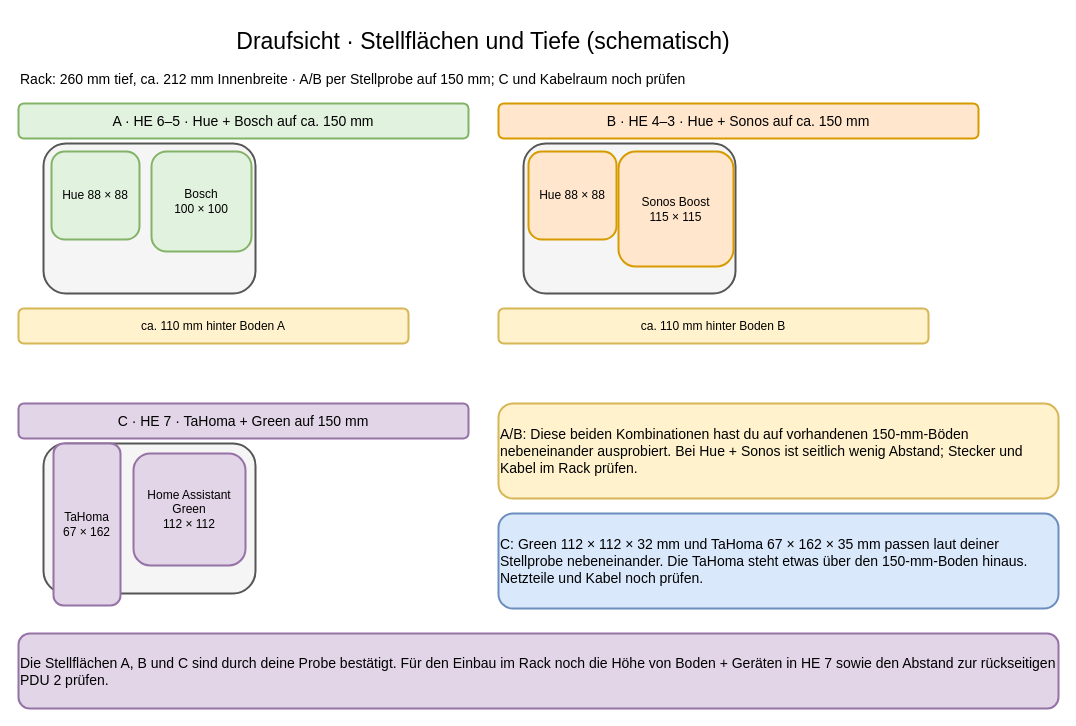
Before: page "Fachböden – Draufsicht" (2 of 4) of 10-zoll-rack-planung.drawio in tiptronic/diagrams, a draw.io diagram. Source tidied: cells renumbered, new cells numbered last; positions are measured from the earlier drawing's top-left corner, leaving out a move shared by most shapes. Both pictures are drawn from the tidied source at 100%, with x=0, y=0 at pixel (18, 18).
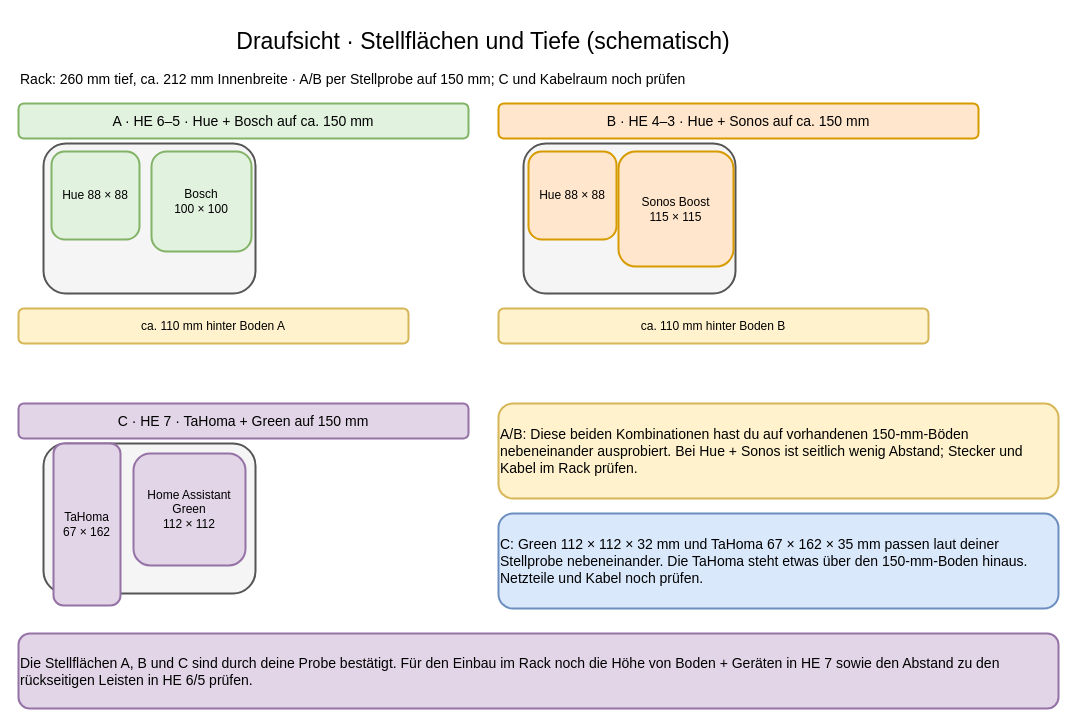
The same page after the edit.

What changed in the source:
```diff
@@
-    <mxCell id="20" value="Die Stellflächen A, B und C sind durch deine Probe bestätigt. Für den Einbau im Rack noch die Höhe von Boden + Geräten in HE 7 sowie den Abstand zur rückseitigen PDU 2 prüfen." style="rounded=1;whiteSpace=wrap;html=1;align=left;verticalAlign=middle;strokeWidth=2;fontSize=14;fillColor=#e1d5e7;strokeColor=#9673a6;" parent="1" vertex="1">
+    <mxCell id="20" value="Die Stellflächen A, B und C sind durch deine Probe bestätigt. Für den Einbau im Rack noch die Höhe von Boden + Geräten in HE 7 sowie den Abstand zu den rückseitigen Leisten in HE 6/5 prüfen." style="rounded=1;whiteSpace=wrap;html=1;align=left;verticalAlign=middle;strokeWidth=2;fontSize=14;fillColor=#e1d5e7;strokeColor=#9673a6;" parent="1" vertex="1">
       <mxGeometry y="615" width="1040" height="75" as="geometry" />
     </mxCell>
```
